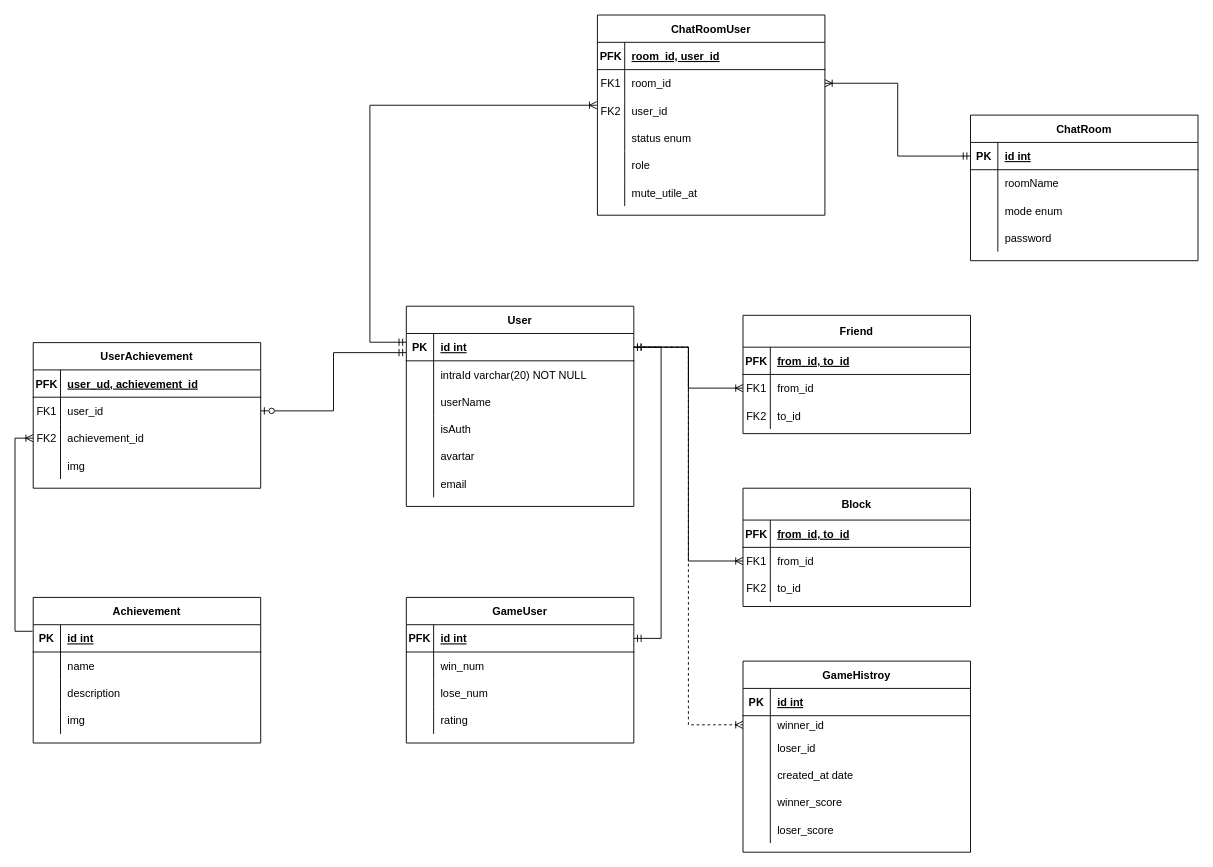
Above: Untitled.drawio in 42MVP/ft_transcendence (draw.io), before the change. Source tidied: cells renumbered, new cells numbered last; positions are measured from the earlier drawing's top-left corner, leaving out a move shared by most shapes. Both pictures are drawn from the tidied source at 91%, with x=0, y=0 at pixel (33, 15).
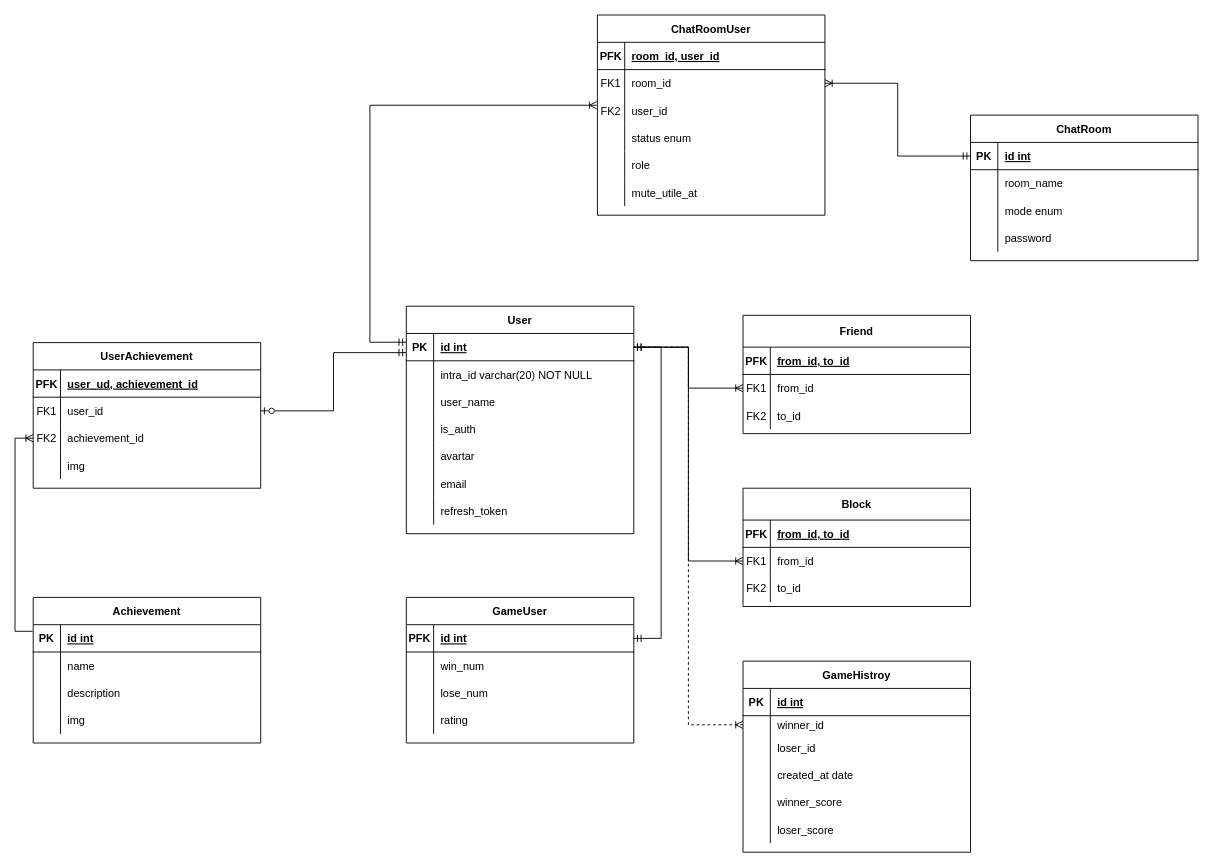
The same page after the edit.

Commit message:
📝 DOC: ERD User 테이블에 refresh_token 추가, 필드 네임 카맬케이스->스네이크케이스 변경

Unchanged cells that the change refers to:
```xml
<mxCell id="6" style="shape=partialRectangle;fillColor=none;top=0;left=0;right=0;bottom=0;" parent="2" vertex="1">
  <mxGeometry y="60" width="250" height="30" as="geometry" />
</mxCell>
<mxCell id="9" style="shape=partialRectangle;fillColor=none;top=0;left=0;right=0;bottom=0;" parent="2" vertex="1">
  <mxGeometry y="90" width="250" height="30" as="geometry" />
</mxCell>
<mxCell id="12" style="shape=partialRectangle;fillColor=none;top=0;left=0;right=0;bottom=0;" parent="2" vertex="1">
  <mxGeometry y="120" width="250" height="30" as="geometry" />
</mxCell>
<mxCell id="67" style="shape=partialRectangle;fillColor=none;top=0;left=0;right=0;bottom=0;" parent="63" vertex="1">
  <mxGeometry y="60" width="250" height="30" as="geometry" />
</mxCell>
```

What changed in the source:
```diff
@@
     <mxCell id="2" value="User" style="shape=table;startSize=30;childLayout=tableLayout;rowLines=0;fontStyle=1;align=center;" parent="1" vertex="1">
-      <mxGeometry x="410" y="320" width="250" height="220" as="geometry" />
+      <mxGeometry x="410" y="320" width="250" height="250" as="geometry" />
     </mxCell>
@@
-    <mxCell id="8" value="intraId varchar(20) NOT NULL" style="shape=partialRectangle;overflow=hidden;fillColor=none;top=0;left=0;bottom=0;right=0;align=left;spacingLeft=6;" parent="6" vertex="1">
+    <mxCell id="8" value="intra_id varchar(20) NOT NULL" style="shape=partialRectangle;overflow=hidden;fillColor=none;top=0;left=0;bottom=0;right=0;align=left;spacingLeft=6;" parent="6" vertex="1">
       <mxGeometry x="30" width="220" height="30" as="geometry" />
     </mxCell>
@@
-    <mxCell id="11" value="userName" style="shape=partialRectangle;overflow=hidden;fillColor=none;top=0;left=0;bottom=0;right=0;align=left;spacingLeft=6;" parent="9" vertex="1">
+    <mxCell id="11" value="user_name" style="shape=partialRectangle;overflow=hidden;fillColor=none;top=0;left=0;bottom=0;right=0;align=left;spacingLeft=6;" parent="9" vertex="1">
       <mxGeometry x="30" width="220" height="30" as="geometry" />
     </mxCell>
@@
-    <mxCell id="14" value="isAuth" style="shape=partialRectangle;overflow=hidden;fillColor=none;top=0;left=0;bottom=0;right=0;align=left;spacingLeft=6;" parent="12" vertex="1">
+    <mxCell id="14" value="is_auth" style="shape=partialRectangle;overflow=hidden;fillColor=none;top=0;left=0;bottom=0;right=0;align=left;spacingLeft=6;" parent="12" vertex="1">
       <mxGeometry x="30" width="220" height="30" as="geometry" />
     </mxCell>
@@
+    <mxCell id="139" style="shape=partialRectangle;fillColor=none;top=0;left=0;right=0;bottom=0;" parent="2" vertex="1">
+      <mxGeometry y="210" width="250" height="30" as="geometry" />
+    </mxCell>
+    <mxCell id="140" style="shape=partialRectangle;overflow=hidden;fillColor=none;top=0;left=0;bottom=0;right=0;" parent="139" vertex="1">
+      <mxGeometry width="30" height="30" as="geometry" />
+    </mxCell>
+    <mxCell id="141" value="refresh_token" style="shape=partialRectangle;overflow=hidden;fillColor=none;top=0;left=0;bottom=0;right=0;align=left;spacingLeft=6;" parent="139" vertex="1">
+      <mxGeometry x="30" width="220" height="30" as="geometry" />
+    </mxCell>
@@
-    <mxCell id="69" value="roomName" style="shape=partialRectangle;overflow=hidden;fillColor=none;top=0;left=0;bottom=0;right=0;align=left;spacingLeft=6;" parent="67" vertex="1">
+    <mxCell id="69" value="room_name" style="shape=partialRectangle;overflow=hidden;fillColor=none;top=0;left=0;bottom=0;right=0;align=left;spacingLeft=6;" parent="67" vertex="1">
       <mxGeometry x="30" width="220" height="30" as="geometry" />
     </mxCell>
```
